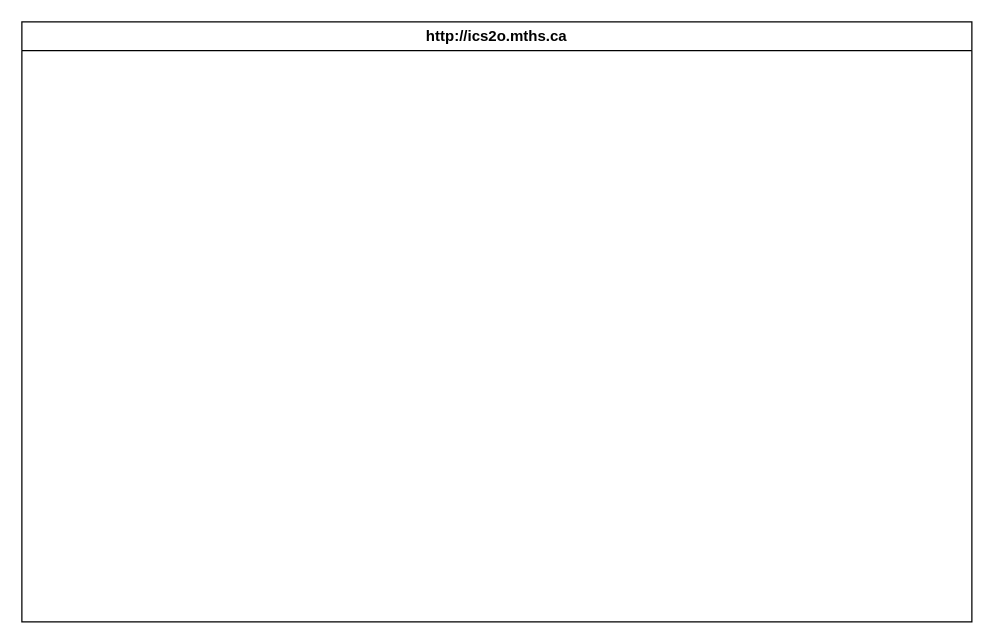
Before: design/storyboard.drawio in MTHS-ICS2O-2-2022/ICS2O-Unit-6-03-Armatys22, a draw.io diagram. Source tidied: cells renumbered, new cells numbered last; positions are measured from the earlier drawing's top-left corner, leaving out a move shared by most shapes. Both pictures are drawn from the tidied source at 125%, with x=0, y=0 at pixel (21, 21).
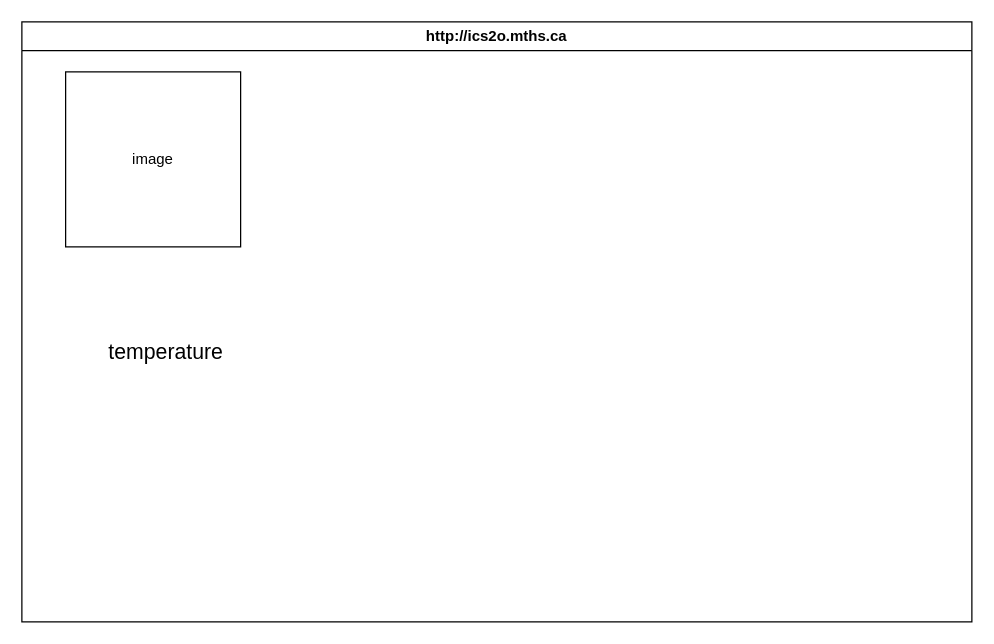
After the change.

Change to the diagram source:
```diff
@@
 <mxGraphModel>
   <root>
     <mxCell id="0" />
     <mxCell id="1" parent="0" />
     <mxCell id="2" value="http://ics2o.mths.ca" style="swimlane;whiteSpace=wrap;html=1;" parent="1" vertex="1">
       <mxGeometry width="760" height="480" as="geometry" />
     </mxCell>
+    <mxCell id="3" value="&lt;font style=&quot;font-size: 17px;&quot;&gt;temperature&lt;/font&gt;" style="text;html=1;align=center;verticalAlign=middle;strokeColor=none;fillColor=none;" parent="2" vertex="1">
+      <mxGeometry x="55" y="250" width="120" height="30" as="geometry" />
+    </mxCell>
+    <mxCell id="4" value="image" style="whiteSpace=wrap;html=1;" parent="2" vertex="1">
+      <mxGeometry x="35" y="40" width="140" height="140" as="geometry" />
+    </mxCell>
   </root>
 </mxGraphModel>
```
